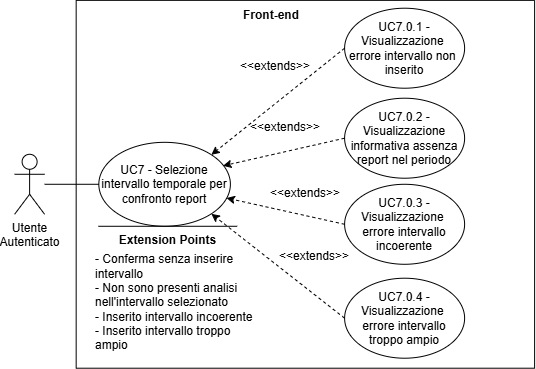
The draw.io diagram assets/diagrams/UC7.png in SkarabGroup/DocumentazioneProgetto, before a commit. Source tidied: cells renumbered, new cells last; positions are measured from the earlier drawing's top-left corner, leaving out a move shared by most shapes.
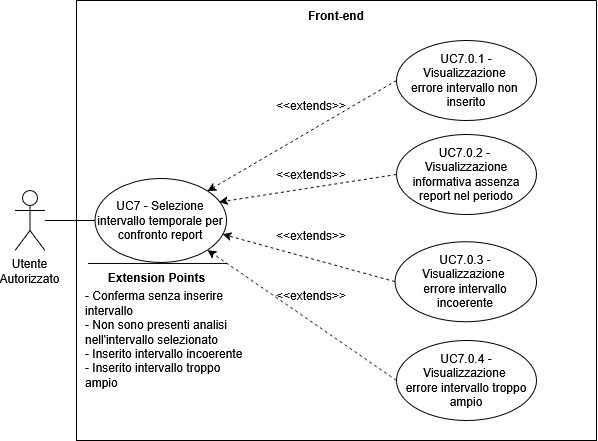
After the change.

Change to the diagram source:
```diff
@@ -3,67 +3,67 @@
     <mxCell id="0" />
     <mxCell id="1" parent="0" />
     <mxCell id="2" style="swimlane;startSize=0;" parent="1" vertex="1">
-      <mxGeometry x="61.7" y="-0.1" width="458.4" height="367.9" as="geometry" />
+      <mxGeometry x="61.7" y="-0.1" width="520" height="440" as="geometry" />
     </mxCell>
     <mxCell id="3" value="Front-end" style="text;html=1;whiteSpace=wrap;strokeColor=none;fillColor=none;align=center;verticalAlign=middle;rounded=0;fontStyle=1;" parent="2" vertex="1">
-      <mxGeometry x="165" width="60" height="30" as="geometry" />
+      <mxGeometry x="230" width="60" height="30" as="geometry" />
     </mxCell>
-    <mxCell id="4" value="Utente&lt;div&gt;Autenticato&lt;/div&gt;" style="shape=umlActor;verticalLabelPosition=bottom;verticalAlign=top;html=1;outlineConnect=0;" parent="2" vertex="1">
-      <mxGeometry x="-61.6" y="153.9" width="30" height="60" as="geometry" />
-    </mxCell>
     <mxCell id="5" value="UC7 - Selezione intervallo temporale per confronto report" style="ellipse;html=1;whiteSpace=wrap;" parent="2" vertex="1">
-      <mxGeometry x="22.7" y="142" width="131.6" height="83.9" as="geometry" />
+      <mxGeometry x="18.5" y="178" width="131.6" height="83.9" as="geometry" />
     </mxCell>
     <mxCell id="6" value="UC7.0.1 - Visualizzazione&amp;nbsp;&lt;div&gt;errore intervallo non&amp;nbsp;&lt;div&gt;inserito&lt;/div&gt;&lt;/div&gt;" style="ellipse;whiteSpace=wrap;html=1;" parent="2" vertex="1">
-      <mxGeometry x="268.4" y="7.9" width="120" height="80" as="geometry" />
+      <mxGeometry x="320" y="40" width="140" height="80" as="geometry" />
     </mxCell>
-    <mxCell id="7" value="UC7.0.2 - Visualizzazione informativa assenza report nel periodo" style="ellipse;whiteSpace=wrap;html=1;" parent="2" vertex="1">
-      <mxGeometry x="268.4" y="97.8" width="120" height="80" as="geometry" />
+    <mxCell id="7" value="&lt;div&gt;UC7.0.2 -&amp;nbsp;&lt;/div&gt;&lt;div&gt;Visualizzazione informativa assenza report nel periodo&lt;/div&gt;" style="ellipse;whiteSpace=wrap;html=1;" parent="2" vertex="1">
+      <mxGeometry x="320" y="133.9" width="140" height="80" as="geometry" />
     </mxCell>
     <mxCell id="8" value="UC7.0.3 - Visualizzazione&amp;nbsp;&lt;div&gt;errore intervallo incoerente&lt;/div&gt;" style="ellipse;whiteSpace=wrap;html=1;" parent="2" vertex="1">
-      <mxGeometry x="268.4" y="183.9" width="120" height="80" as="geometry" />
+      <mxGeometry x="318.4" y="241.1" width="141.6" height="80" as="geometry" />
     </mxCell>
-    <mxCell id="9" style="endArrow=none;html=1;rounded=0;entryX=0;entryY=0.5;entryDx=0;entryDy=0;" parent="2" edge="1" source="4" target="5">
-      <mxGeometry relative="1" as="geometry" />
-    </mxCell>
     <mxCell id="10" value="UC7.0.4 - Visualizzazione&amp;nbsp;&lt;div&gt;errore intervallo troppo ampio&lt;/div&gt;" style="ellipse;whiteSpace=wrap;html=1;" parent="2" vertex="1">
-      <mxGeometry x="268.4" y="277.8" width="120" height="80" as="geometry" />
+      <mxGeometry x="320" y="340" width="140" height="80" as="geometry" />
     </mxCell>
     <mxCell id="11" style="endArrow=classic;html=1;rounded=0;entryX=1;entryY=1;entryDx=0;entryDy=0;dashed=1;endFill=1;exitX=0;exitY=0.5;exitDx=0;exitDy=0;" parent="2" edge="1" source="10" target="5">
       <mxGeometry relative="1" as="geometry" />
     </mxCell>
     <mxCell id="12" value="&amp;lt;&amp;lt;extends&lt;span style=&quot;background-color: transparent; color: light-dark(rgb(0, 0, 0), rgb(255, 255, 255));&quot;&gt;&amp;gt;&amp;gt;&lt;/span&gt;" style="text;html=1;whiteSpace=wrap;strokeColor=none;fillColor=none;align=center;verticalAlign=middle;rounded=0;" parent="2" vertex="1">
-      <mxGeometry x="208.4" y="241.1" width="60" height="30" as="geometry" />
+      <mxGeometry x="205" y="280" width="60" height="30" as="geometry" />
     </mxCell>
     <mxCell id="13" style="endArrow=none;html=1;rounded=0;" parent="2" edge="1">
       <mxGeometry relative="1" as="geometry">
-        <mxPoint x="161" y="225.9" as="sourcePoint" />
-        <mxPoint x="22.3" y="225.9" as="targetPoint" />
+        <mxPoint x="150.3" y="263" as="sourcePoint" />
+        <mxPoint x="11.6" y="263" as="targetPoint" />
       </mxGeometry>
     </mxCell>
     <mxCell id="14" value="&lt;b&gt;Extension Points&lt;/b&gt;" style="text;html=1;whiteSpace=wrap;strokeColor=none;fillColor=none;align=center;verticalAlign=middle;rounded=0;strokeWidth=5;" parent="2" vertex="1">
-      <mxGeometry x="34" y="224.9" width="115" height="30" as="geometry" />
+      <mxGeometry x="23.3" y="262" width="115" height="30" as="geometry" />
     </mxCell>
     <mxCell id="15" value="&lt;div align=&quot;left&quot;&gt;- Conferma senza inserire intervallo&lt;/div&gt;&lt;div align=&quot;left&quot;&gt;- Non sono presenti analisi nell'intervallo selezionato&lt;/div&gt;&lt;div align=&quot;left&quot;&gt;- Inserito intervallo incoerente&lt;/div&gt;&lt;div align=&quot;left&quot;&gt;- Inserito intervallo troppo ampio&lt;/div&gt;" style="text;html=1;whiteSpace=wrap;strokeColor=none;fillColor=none;align=left;verticalAlign=middle;rounded=0;" parent="2" vertex="1">
-      <mxGeometry x="17.4" y="254.9" width="162.6" height="93.9" as="geometry" />
+      <mxGeometry x="6.8" y="292" width="162.6" height="93.9" as="geometry" />
     </mxCell>
     <mxCell id="16" style="endArrow=classic;html=1;rounded=0;entryX=0.97;entryY=0.664;entryDx=0;entryDy=0;dashed=1;endFill=1;exitX=0;exitY=0.5;exitDx=0;exitDy=0;entryPerimeter=0;" parent="2" edge="1" source="8" target="5">
       <mxGeometry relative="1" as="geometry" />
     </mxCell>
     <mxCell id="17" value="&amp;lt;&amp;lt;extends&lt;span style=&quot;background-color: transparent; color: light-dark(rgb(0, 0, 0), rgb(255, 255, 255));&quot;&gt;&amp;gt;&amp;gt;&lt;/span&gt;" style="text;html=1;whiteSpace=wrap;strokeColor=none;fillColor=none;align=center;verticalAlign=middle;rounded=0;" parent="2" vertex="1">
-      <mxGeometry x="199.2" y="177.9" width="60" height="30" as="geometry" />
+      <mxGeometry x="205" y="220" width="60" height="30" as="geometry" />
     </mxCell>
     <mxCell id="18" style="endArrow=classic;html=1;rounded=0;entryX=0.944;entryY=0.28;entryDx=0;entryDy=0;dashed=1;endFill=1;exitX=0;exitY=0.5;exitDx=0;exitDy=0;entryPerimeter=0;" parent="2" edge="1" source="7" target="5">
       <mxGeometry relative="1" as="geometry" />
     </mxCell>
     <mxCell id="19" value="&amp;lt;&amp;lt;extends&lt;span style=&quot;background-color: transparent; color: light-dark(rgb(0, 0, 0), rgb(255, 255, 255));&quot;&gt;&amp;gt;&amp;gt;&lt;/span&gt;" style="text;html=1;whiteSpace=wrap;strokeColor=none;fillColor=none;align=center;verticalAlign=middle;rounded=0;" parent="2" vertex="1">
-      <mxGeometry x="179.3" y="112" width="60" height="30" as="geometry" />
+      <mxGeometry x="205" y="158.9" width="60" height="30" as="geometry" />
     </mxCell>
     <mxCell id="20" style="endArrow=classic;html=1;rounded=0;entryX=1;entryY=0;entryDx=0;entryDy=0;dashed=1;endFill=1;exitX=0;exitY=0.5;exitDx=0;exitDy=0;" parent="2" edge="1" source="6" target="5">
       <mxGeometry relative="1" as="geometry" />
     </mxCell>
     <mxCell id="21" value="&amp;lt;&amp;lt;extends&lt;span style=&quot;background-color: transparent; color: light-dark(rgb(0, 0, 0), rgb(255, 255, 255));&quot;&gt;&amp;gt;&amp;gt;&lt;/span&gt;" style="text;html=1;whiteSpace=wrap;strokeColor=none;fillColor=none;align=center;verticalAlign=middle;rounded=0;" parent="2" vertex="1">
-      <mxGeometry x="169.3" y="51.1" width="60" height="30" as="geometry" />
+      <mxGeometry x="205" y="90" width="60" height="30" as="geometry" />
     </mxCell>
+    <mxCell id="4" value="Utente&lt;div&gt;Autorizzato&lt;/div&gt;" style="shape=umlActor;verticalLabelPosition=bottom;verticalAlign=top;html=1;outlineConnect=0;" parent="1" vertex="1">
+      <mxGeometry x="0.1" y="189.9" width="30" height="60" as="geometry" />
+    </mxCell>
+    <mxCell id="9" style="endArrow=none;html=1;rounded=0;entryX=0;entryY=0.5;entryDx=0;entryDy=0;" parent="1" edge="1" source="4" target="5">
+      <mxGeometry relative="1" as="geometry" />
+    </mxCell>
   </root>
 </mxGraphModel>
```
